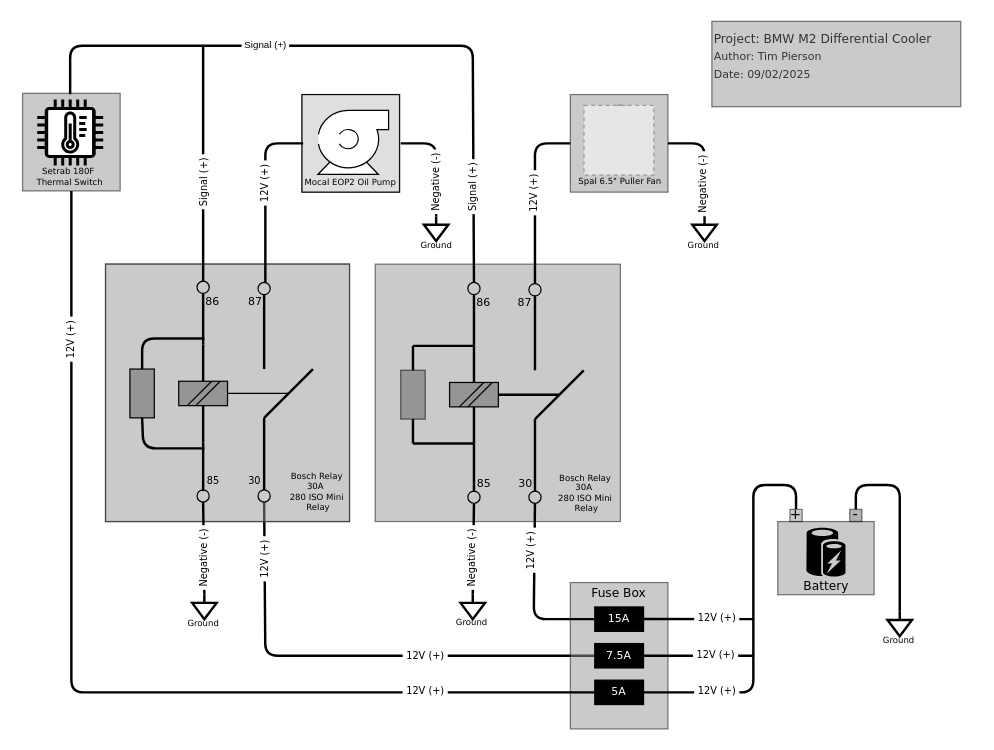
The draw.io diagram Diff_cooler_wiring_diagram.drawio in tpierso/BMW-M2-F87-Differential-Cooler-Project, before the edit. Source tidied: cells renumbered, new cells numbered last; positions are measured from the earlier drawing's top-left corner, leaving out a move shared by most shapes. Both pictures are drawn from the tidied source at 122%, with x=0, y=0 at pixel (21, 21). Pictures stored in the file or linked from it are replaced by grey dashed boxes.
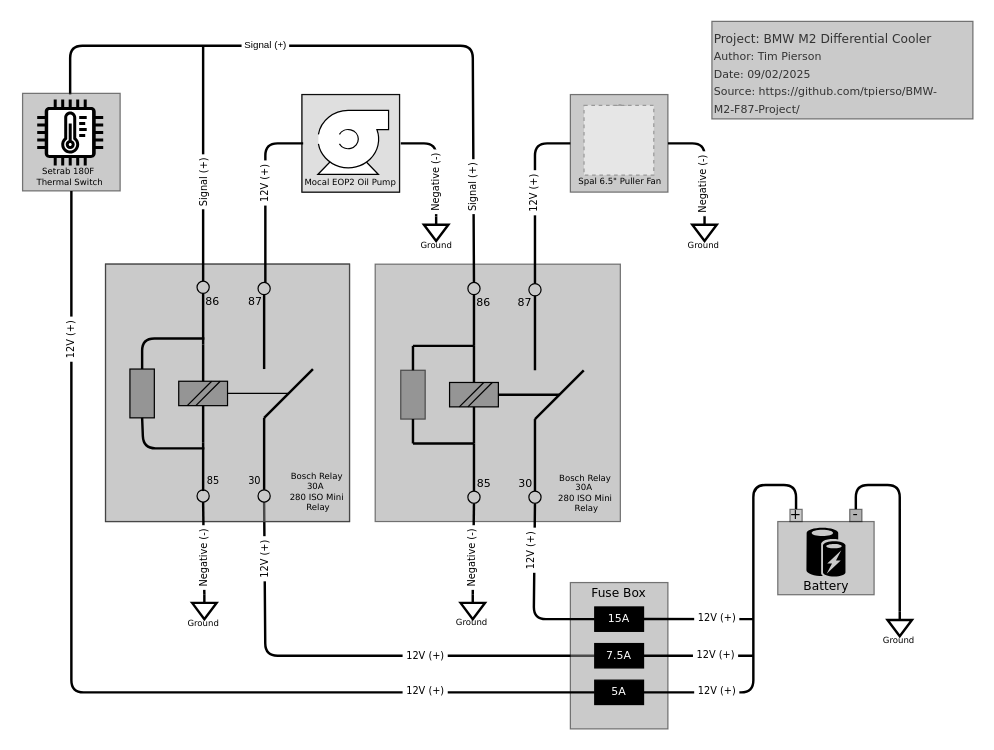
After the change.

What changed in the source:
```diff
@@
-    <mxCell id="91" value="&lt;div&gt;&lt;font face=&quot;Verdana&quot; style=&quot;font-size: 10px;&quot;&gt;Project: BMW M2 Differential Cooler&lt;/font&gt;&lt;/div&gt;&lt;div&gt;&lt;font face=&quot;Verdana&quot; style=&quot;font-size: 9px;&quot;&gt;Author: Tim Pierson&lt;/font&gt;&lt;/div&gt;&lt;div&gt;&lt;font face=&quot;Verdana&quot; style=&quot;font-size: 9px;&quot;&gt;Date: 09/02/2025&lt;/font&gt;&lt;/div&gt;&lt;div&gt;&lt;br&gt;&lt;/div&gt;&lt;div&gt;&lt;br&gt;&lt;/div&gt;" style="text;html=1;align=left;verticalAlign=top;whiteSpace=wrap;rounded=0;strokeColor=#000000;spacingRight=14;spacing=2;fillColor=#959595;fontColor=#333333;glass=0;gradientColor=none;opacity=50;fillStyle=solid;" parent="1" vertex="1">
-      <mxGeometry x="566" width="204" height="70" as="geometry" />
+    <mxCell id="91" value="&lt;div&gt;&lt;font face=&quot;Verdana&quot; style=&quot;font-size: 10px;&quot;&gt;Project: BMW M2 Differential Cooler&lt;/font&gt;&lt;/div&gt;&lt;div&gt;&lt;font face=&quot;Verdana&quot; style=&quot;font-size: 9px;&quot;&gt;Author: Tim Pierson&lt;/font&gt;&lt;/div&gt;&lt;div&gt;&lt;font face=&quot;Verdana&quot; style=&quot;font-size: 9px;&quot;&gt;Date: 09/02/2025&lt;/font&gt;&lt;/div&gt;&lt;div&gt;&lt;font face=&quot;Verdana&quot; style=&quot;font-size: 9px;&quot;&gt;Source: https://github.com/tpierso/BMW-M2-F87-Project/&lt;/font&gt;&lt;/div&gt;&lt;div&gt;&lt;br&gt;&lt;/div&gt;&lt;div&gt;&lt;br&gt;&lt;/div&gt;" style="text;html=1;align=left;verticalAlign=top;whiteSpace=wrap;rounded=0;strokeColor=#000000;spacingRight=14;spacing=2;fillColor=#959595;fontColor=#333333;glass=0;gradientColor=none;opacity=50;fillStyle=solid;" parent="1" vertex="1">
+      <mxGeometry x="566" width="214" height="80" as="geometry" />
     </mxCell>
```
